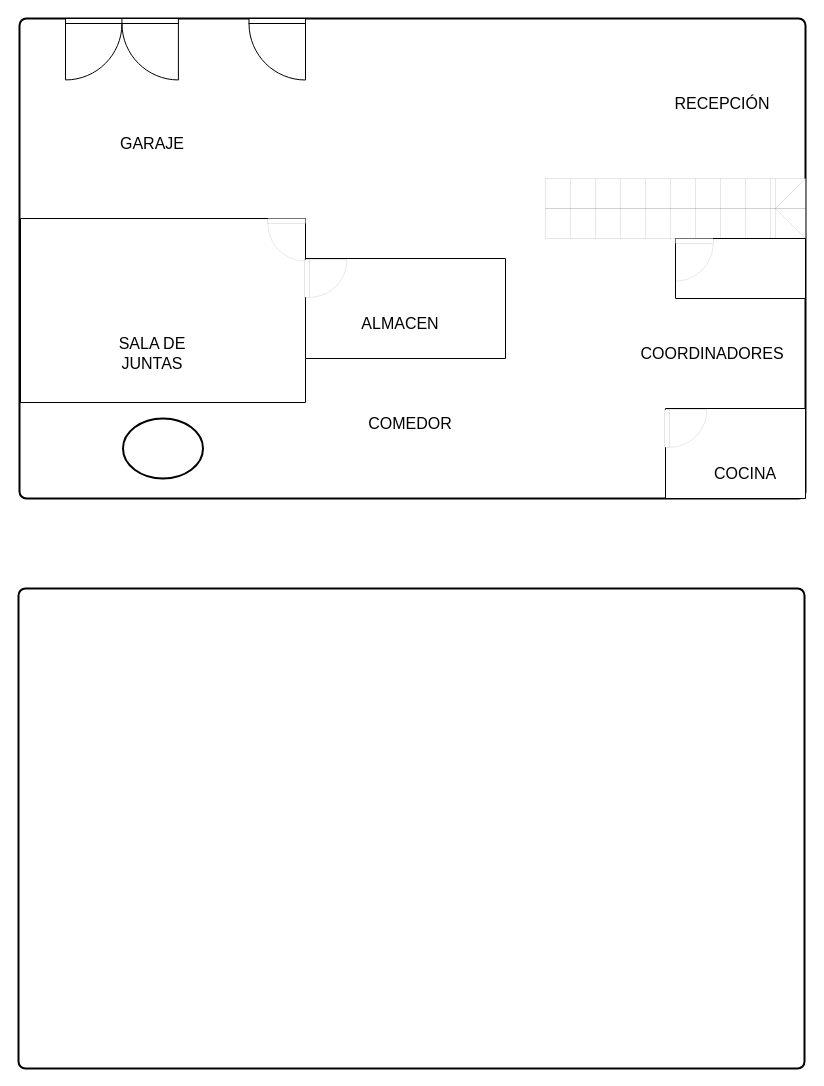
Before: diagrams/Untitled Diagram.drawio in SeguridadOmega/diagrams, a draw.io diagram. Source tidied: cells renumbered, new cells numbered last; positions are measured from the earlier drawing's top-left corner, leaving out a move shared by most shapes. Both pictures are drawn from the tidied source at 100%, with x=0, y=0 at pixel (18, 18).
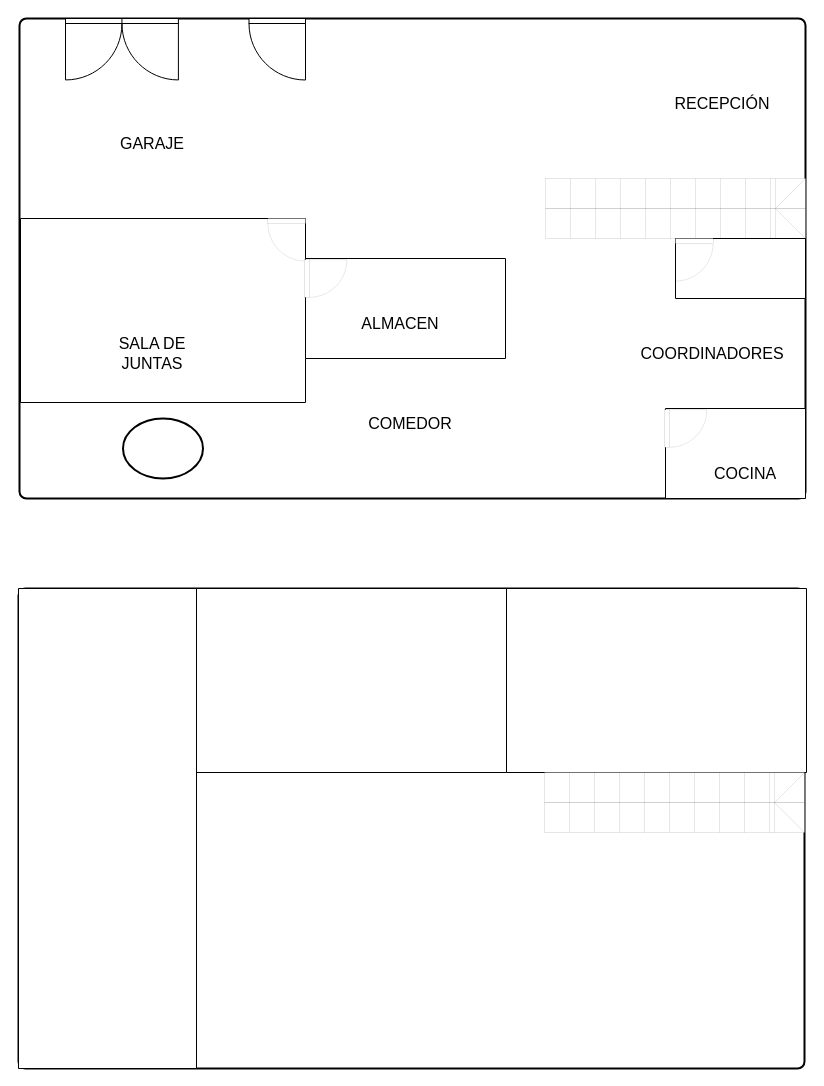
After the change.

Change to the diagram source:
```diff
@@
+    <mxCell id="23" style="verticalLabelPosition=bottom;verticalAlign=top;html=1;shape=mxgraph.basic.rect;fillColor2=none;strokeWidth=1;size=20;indent=5;shadow=0;sketch=0;" parent="1" vertex="1">
+      <mxGeometry y="570" width="178" height="480" as="geometry" />
+    </mxCell>
+    <mxCell id="24" style="verticalLabelPosition=bottom;verticalAlign=top;html=1;shape=mxgraph.basic.rect;fillColor2=none;strokeWidth=1;size=20;indent=5;shadow=0;sketch=0;" parent="1" vertex="1">
+      <mxGeometry x="178" y="570" width="310" height="184" as="geometry" />
+    </mxCell>
+    <mxCell id="25" style="verticalLabelPosition=bottom;verticalAlign=top;html=1;shape=mxgraph.basic.rect;fillColor2=none;strokeWidth=1;size=20;indent=5;shadow=0;sketch=0;" parent="1" vertex="1">
+      <mxGeometry x="488" y="570" width="300" height="184" as="geometry" />
+    </mxCell>
+    <mxCell id="26" style="verticalLabelPosition=bottom;html=1;verticalAlign=top;align=center;shape=mxgraph.floorplan.stairsRest;shadow=0;sketch=0;strokeWidth=0;" parent="1" vertex="1">
+      <mxGeometry x="526" y="754" width="260" height="60" as="geometry" />
+    </mxCell>
```
